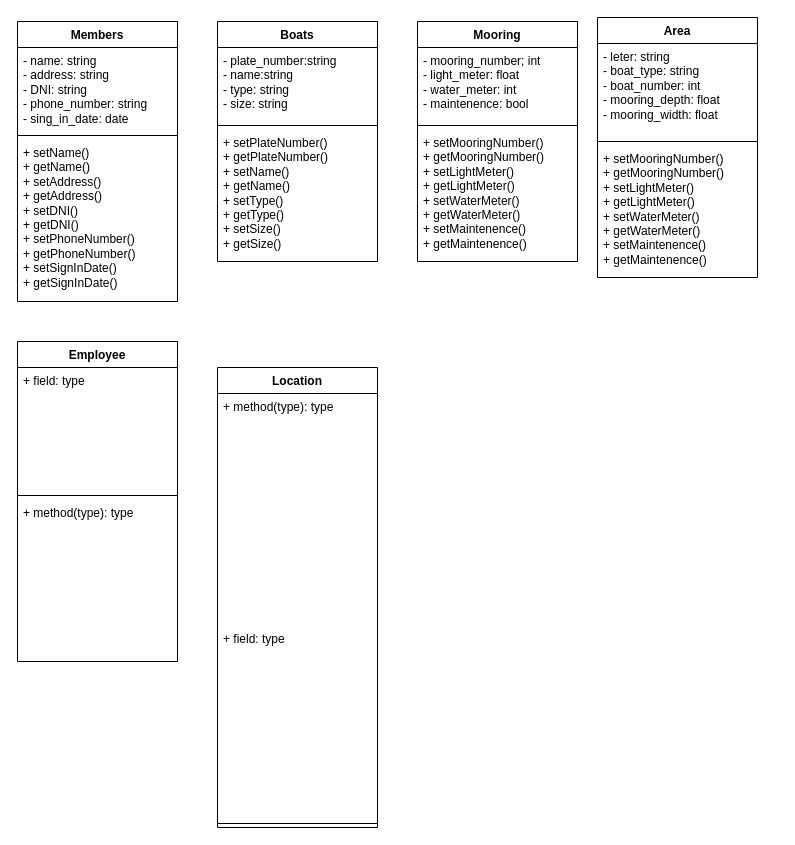
The draw.io diagram ut4/Pruebas draw.io/ClubNautico.drawio in Alex-Doga/etsdam_alejandro, before the edit. Source tidied: cells renumbered, new cells numbered last; positions are measured from the earlier drawing's top-left corner, leaving out a move shared by most shapes. Both pictures are drawn from the tidied source at 100%, with x=0, y=0 at pixel (17, 17).
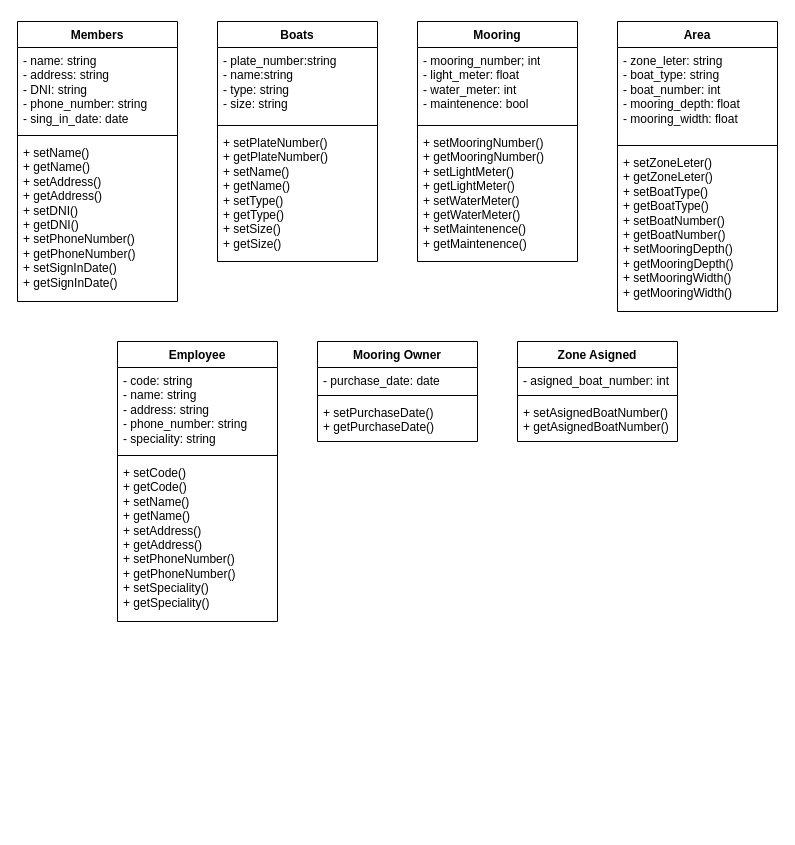
The same diagram, later.

Commit message:
Clases terminadas - Faltan cardinalidades

Change to the diagram source:
```diff
@@
     <mxCell id="10" value="Employee" style="swimlane;fontStyle=1;align=center;verticalAlign=top;horizontal=1;startSize=26;whiteSpace=wrap;html=1;" parent="1" vertex="1">
-      <mxGeometry y="324" width="160" height="320" as="geometry" />
+      <mxGeometry x="100" y="324" width="160" height="280" as="geometry" />
     </mxCell>
-    <mxCell id="11" value="+ field: type" style="text;strokeColor=none;fillColor=none;align=left;verticalAlign=top;spacingLeft=4;spacingRight=4;overflow=hidden;whiteSpace=wrap;html=1;" parent="10" vertex="1">
-      <mxGeometry y="26" width="160" height="124" as="geometry" />
+    <mxCell id="11" value="- code: string&lt;div&gt;- name: string&lt;/div&gt;&lt;div&gt;- address: string&lt;/div&gt;&lt;div&gt;- phone_number: string&lt;/div&gt;&lt;div&gt;- speciality: string&lt;/div&gt;" style="text;strokeColor=none;fillColor=none;align=left;verticalAlign=top;spacingLeft=4;spacingRight=4;overflow=hidden;whiteSpace=wrap;html=1;" parent="10" vertex="1">
+      <mxGeometry y="26" width="160" height="84" as="geometry" />
     </mxCell>
     <mxCell id="12" style="line;strokeWidth=1;fillColor=none;align=left;verticalAlign=middle;spacingTop=-1;spacingLeft=3;spacingRight=3;labelPosition=right;strokeColor=inherit;" parent="10" vertex="1">
-      <mxGeometry y="150" width="160" height="8" as="geometry" />
+      <mxGeometry y="110" width="160" height="8" as="geometry" />
     </mxCell>
-    <mxCell id="13" value="+ method(type): type" style="text;strokeColor=none;fillColor=none;align=left;verticalAlign=top;spacingLeft=4;spacingRight=4;overflow=hidden;whiteSpace=wrap;html=1;" parent="10" vertex="1">
-      <mxGeometry y="158" width="160" height="162" as="geometry" />
+    <mxCell id="13" value="+ setCode()&lt;div&gt;+ getCode()&lt;/div&gt;&lt;div&gt;+ setName()&lt;/div&gt;&lt;div&gt;+ getName()&lt;/div&gt;&lt;div&gt;+ setAddress()&lt;/div&gt;&lt;div&gt;+ getAddress()&lt;/div&gt;&lt;div&gt;+ setPhoneNumber()&lt;/div&gt;&lt;div&gt;+ getPhoneNumber()&lt;/div&gt;&lt;div&gt;+ setSpeciality()&lt;/div&gt;&lt;div&gt;+ getSpeciality()&lt;/div&gt;" style="text;strokeColor=none;fillColor=none;align=left;verticalAlign=top;spacingLeft=4;spacingRight=4;overflow=hidden;whiteSpace=wrap;html=1;" parent="10" vertex="1">
+      <mxGeometry y="118" width="160" height="162" as="geometry" />
     </mxCell>
-    <mxCell id="14" value="Location" style="swimlane;fontStyle=1;align=center;verticalAlign=top;horizontal=1;startSize=26;whiteSpace=wrap;html=1;" parent="1" vertex="1">
-      <mxGeometry x="200" y="350" width="160" height="460" as="geometry" />
-    </mxCell>
-    <mxCell id="15" value="+ method(type): type" style="text;strokeColor=none;fillColor=none;align=left;verticalAlign=top;spacingLeft=4;spacingRight=4;overflow=hidden;whiteSpace=wrap;html=1;" parent="14" vertex="1">
-      <mxGeometry y="26" width="160" height="232" as="geometry" />
-    </mxCell>
-    <mxCell id="16" value="+ field: type" style="text;strokeColor=none;fillColor=none;align=left;verticalAlign=top;spacingLeft=4;spacingRight=4;overflow=hidden;whiteSpace=wrap;html=1;" parent="14" vertex="1">
-      <mxGeometry y="258" width="160" height="194" as="geometry" />
-    </mxCell>
-    <mxCell id="17" style="line;strokeWidth=1;fillColor=none;align=left;verticalAlign=middle;spacingTop=-1;spacingLeft=3;spacingRight=3;labelPosition=right;strokeColor=inherit;" parent="14" vertex="1">
-      <mxGeometry y="452" width="160" height="8" as="geometry" />
-    </mxCell>
@@
     <mxCell id="22" value="Area" style="swimlane;fontStyle=1;align=center;verticalAlign=top;horizontal=1;startSize=26;whiteSpace=wrap;html=1;" parent="1" vertex="1">
-      <mxGeometry x="580" width="160" height="260" as="geometry" />
+      <mxGeometry x="600" y="4" width="160" height="290" as="geometry" />
     </mxCell>
-    <mxCell id="23" value="- leter: string&lt;div&gt;- boat_type: string&lt;/div&gt;&lt;div&gt;- boat_number: int&lt;/div&gt;&lt;div&gt;- mooring_depth: float&lt;/div&gt;&lt;div&gt;- mooring_width: float&lt;/div&gt;" style="text;strokeColor=none;fillColor=none;align=left;verticalAlign=top;spacingLeft=4;spacingRight=4;overflow=hidden;whiteSpace=wrap;html=1;" parent="22" vertex="1">
+    <mxCell id="23" value="- zone_leter: string&lt;div&gt;- boat_type: string&lt;/div&gt;&lt;div&gt;- boat_number: int&lt;/div&gt;&lt;div&gt;- mooring_depth: float&lt;/div&gt;&lt;div&gt;- mooring_width: float&lt;/div&gt;" style="text;strokeColor=none;fillColor=none;align=left;verticalAlign=top;spacingLeft=4;spacingRight=4;overflow=hidden;whiteSpace=wrap;html=1;" parent="22" vertex="1">
       <mxGeometry y="26" width="160" height="94" as="geometry" />
     </mxCell>
@@
-    <mxCell id="25" value="+ setMooringNumber()&lt;div&gt;+ getMooringNumber()&lt;/div&gt;&lt;div&gt;+ setLightMeter()&lt;/div&gt;&lt;div&gt;+ getLightMeter()&lt;/div&gt;&lt;div&gt;+ setWaterMeter()&lt;/div&gt;&lt;div&gt;+ getWaterMeter()&lt;/div&gt;&lt;div&gt;+ setMaintenence()&lt;/div&gt;&lt;div&gt;+ getMaintenence()&lt;/div&gt;" style="text;strokeColor=none;fillColor=none;align=left;verticalAlign=top;spacingLeft=4;spacingRight=4;overflow=hidden;whiteSpace=wrap;html=1;" parent="22" vertex="1">
-      <mxGeometry y="128" width="160" height="132" as="geometry" />
+    <mxCell id="25" value="+ setZoneLeter()&lt;div&gt;+ getZoneLeter()&lt;/div&gt;&lt;div&gt;+ setBoatType()&lt;/div&gt;&lt;div&gt;+ getBoatType()&lt;/div&gt;&lt;div&gt;+ setBoatNumber()&lt;/div&gt;&lt;div&gt;+ getBoatNumber()&lt;/div&gt;&lt;div&gt;+ setMooringDepth()&lt;/div&gt;&lt;div&gt;+ getMooringDepth()&lt;/div&gt;&lt;div&gt;+ setMooringWidth()&lt;/div&gt;&lt;div&gt;+ getMooringWidth()&lt;/div&gt;" style="text;strokeColor=none;fillColor=none;align=left;verticalAlign=top;spacingLeft=4;spacingRight=4;overflow=hidden;whiteSpace=wrap;html=1;" parent="22" vertex="1">
+      <mxGeometry y="128" width="160" height="162" as="geometry" />
     </mxCell>
+    <mxCell id="26" value="Mooring Owner" style="swimlane;fontStyle=1;align=center;verticalAlign=top;horizontal=1;startSize=26;whiteSpace=wrap;html=1;" parent="1" vertex="1">
+      <mxGeometry x="300" y="324" width="160" height="100" as="geometry" />
+    </mxCell>
+    <mxCell id="27" value="- purchase_date: date" style="text;strokeColor=none;fillColor=none;align=left;verticalAlign=top;spacingLeft=4;spacingRight=4;overflow=hidden;whiteSpace=wrap;html=1;" parent="26" vertex="1">
+      <mxGeometry y="26" width="160" height="24" as="geometry" />
+    </mxCell>
+    <mxCell id="28" style="line;strokeWidth=1;fillColor=none;align=left;verticalAlign=middle;spacingTop=-1;spacingLeft=3;spacingRight=3;labelPosition=right;strokeColor=inherit;" parent="26" vertex="1">
+      <mxGeometry y="50" width="160" height="8" as="geometry" />
+    </mxCell>
+    <mxCell id="29" value="+ setPurchaseDate()&lt;div&gt;+ getPurchaseDate()&lt;/div&gt;" style="text;strokeColor=none;fillColor=none;align=left;verticalAlign=top;spacingLeft=4;spacingRight=4;overflow=hidden;whiteSpace=wrap;html=1;" parent="26" vertex="1">
+      <mxGeometry y="58" width="160" height="42" as="geometry" />
+    </mxCell>
+    <mxCell id="30" value="Zone Asigned" style="swimlane;fontStyle=1;align=center;verticalAlign=top;horizontal=1;startSize=26;whiteSpace=wrap;html=1;" parent="1" vertex="1">
+      <mxGeometry x="500" y="324" width="160" height="100" as="geometry" />
+    </mxCell>
+    <mxCell id="31" value="- asigned_boat_number: int" style="text;strokeColor=none;fillColor=none;align=left;verticalAlign=top;spacingLeft=4;spacingRight=4;overflow=hidden;whiteSpace=wrap;html=1;" parent="30" vertex="1">
+      <mxGeometry y="26" width="160" height="24" as="geometry" />
+    </mxCell>
+    <mxCell id="32" style="line;strokeWidth=1;fillColor=none;align=left;verticalAlign=middle;spacingTop=-1;spacingLeft=3;spacingRight=3;labelPosition=right;strokeColor=inherit;" parent="30" vertex="1">
+      <mxGeometry y="50" width="160" height="8" as="geometry" />
+    </mxCell>
+    <mxCell id="33" value="+ setAsignedBoatNumber()&lt;div&gt;+ getAsignedBoatNumber()&lt;/div&gt;" style="text;strokeColor=none;fillColor=none;align=left;verticalAlign=top;spacingLeft=4;spacingRight=4;overflow=hidden;whiteSpace=wrap;html=1;" parent="30" vertex="1">
+      <mxGeometry y="58" width="160" height="42" as="geometry" />
+    </mxCell>
```
